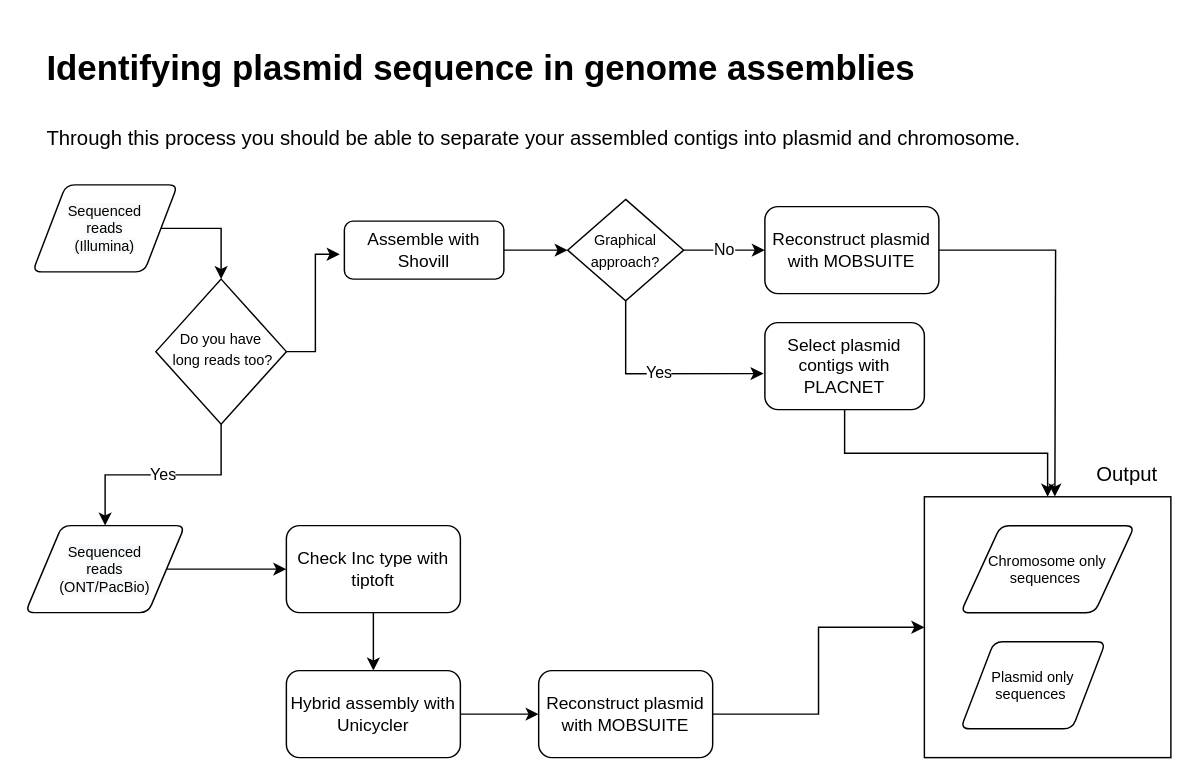
This is assembly_annotation/finding_plasmids.drawio from MicroBinfie/ESCMID-MGE-2022, a draw.io file, before an edit. Source tidied: cells renumbered, new cells numbered last; positions are measured from the earlier drawing's top-left corner, leaving out a move shared by most shapes. Both pictures are drawn from the tidied source at 145%, with x=0, y=0 at pixel (25, 39).
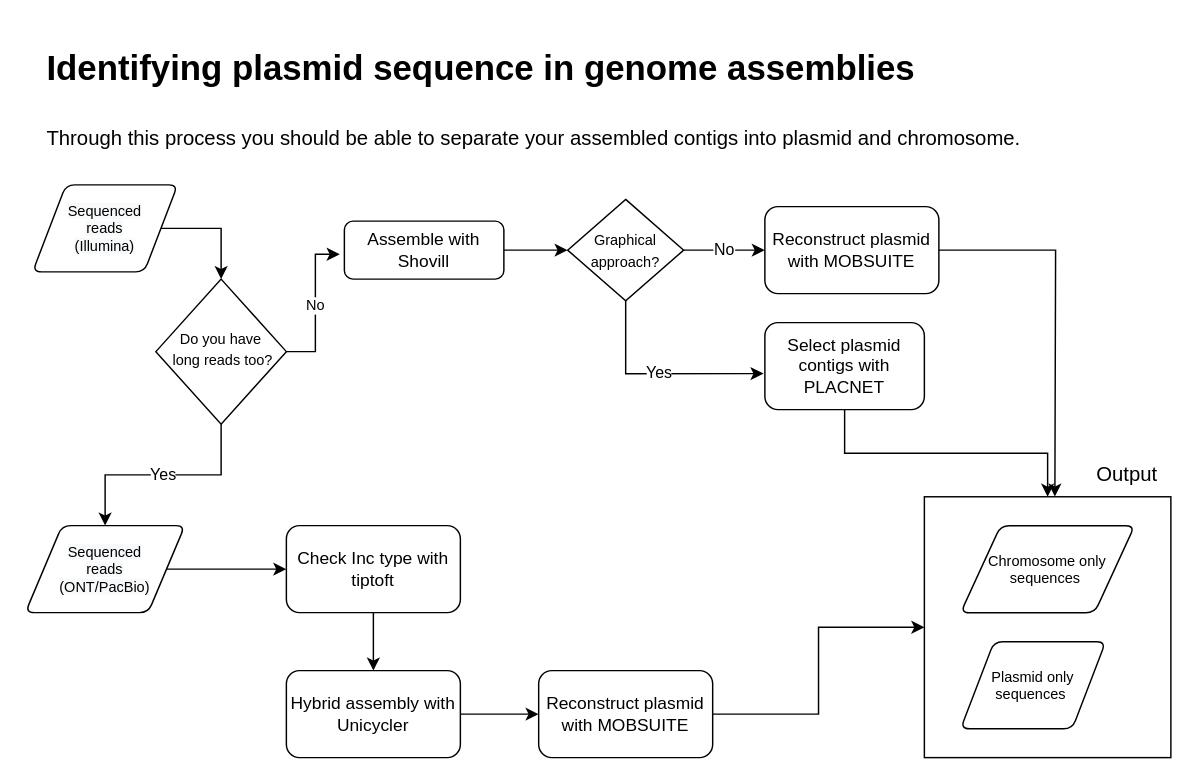
The same page after the edit.

Unchanged cells that the change refers to:
```xml
<mxCell id="5" value="&lt;font style=&quot;font-size: 10px;&quot;&gt;Do you have&lt;br&gt;&amp;nbsp;long reads too?&lt;/font&gt;" style="rhombus;whiteSpace=wrap;html=1;shadow=0;fontFamily=Helvetica;fontSize=12;align=center;strokeWidth=1;spacing=6;spacingTop=-4;" parent="1" vertex="1">
  <mxGeometry x="90" y="165" width="90" height="100" as="geometry" />
</mxCell>
<mxCell id="7" value="Assemble with Shovill" style="rounded=1;whiteSpace=wrap;html=1;fontSize=12;glass=0;strokeWidth=1;shadow=0;" parent="1" vertex="1">
  <mxGeometry x="220" y="125" width="110" height="40" as="geometry" />
</mxCell>
```

The edit, as a diff of the source:
```diff
@@
-    <mxCell id="4" style="edgeStyle=orthogonalEdgeStyle;rounded=0;jettySize=auto;html=1;exitX=1;exitY=0.5;exitDx=0;exitDy=0;entryX=-0.029;entryY=0.571;entryDx=0;entryDy=0;entryPerimeter=0;fontSize=10;" parent="1" edge="1" source="5" target="7">
+    <mxCell id="4" value="No" style="edgeStyle=orthogonalEdgeStyle;rounded=0;jettySize=auto;html=1;exitX=1;exitY=0.5;exitDx=0;exitDy=0;entryX=-0.029;entryY=0.571;entryDx=0;entryDy=0;entryPerimeter=0;fontSize=10;" parent="1" edge="1" source="5" target="7">
       <mxGeometry relative="1" as="geometry" />
     </mxCell>
```
